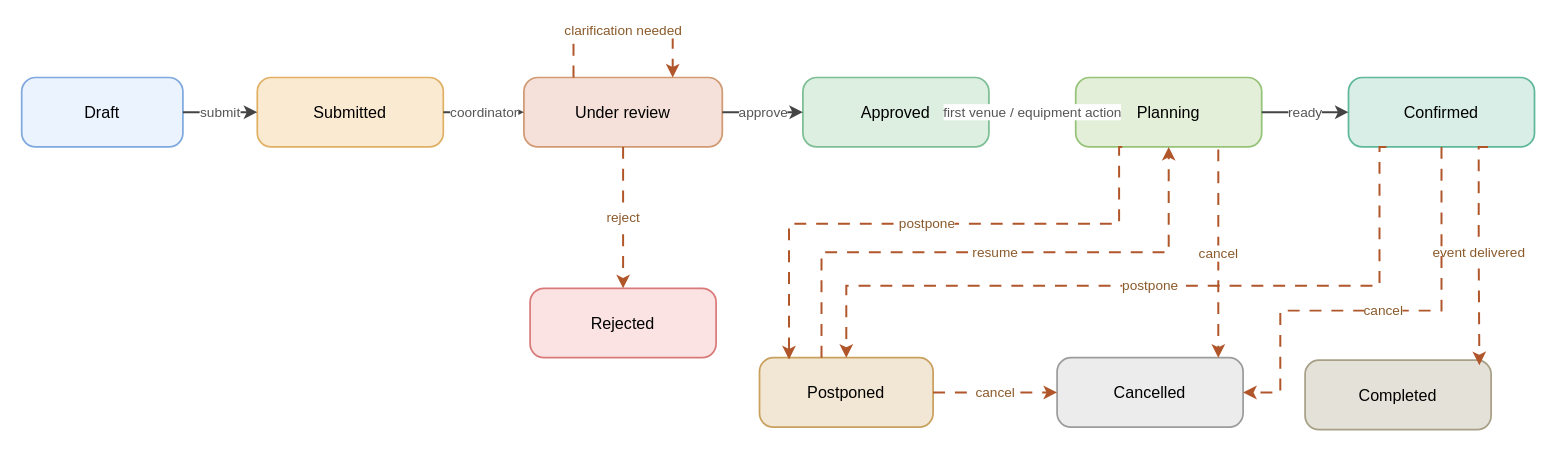
The draw.io diagram docs/ConnectSphere_Status_Lifecycle.drawio in kchoongg/IS212, before the edit. Source tidied: cells renumbered, new cells numbered last; positions are measured from the earlier drawing's top-left corner, leaving out a move shared by most shapes. Both pictures are drawn from the tidied source at 124%, with x=0, y=0 at pixel (21, 30).
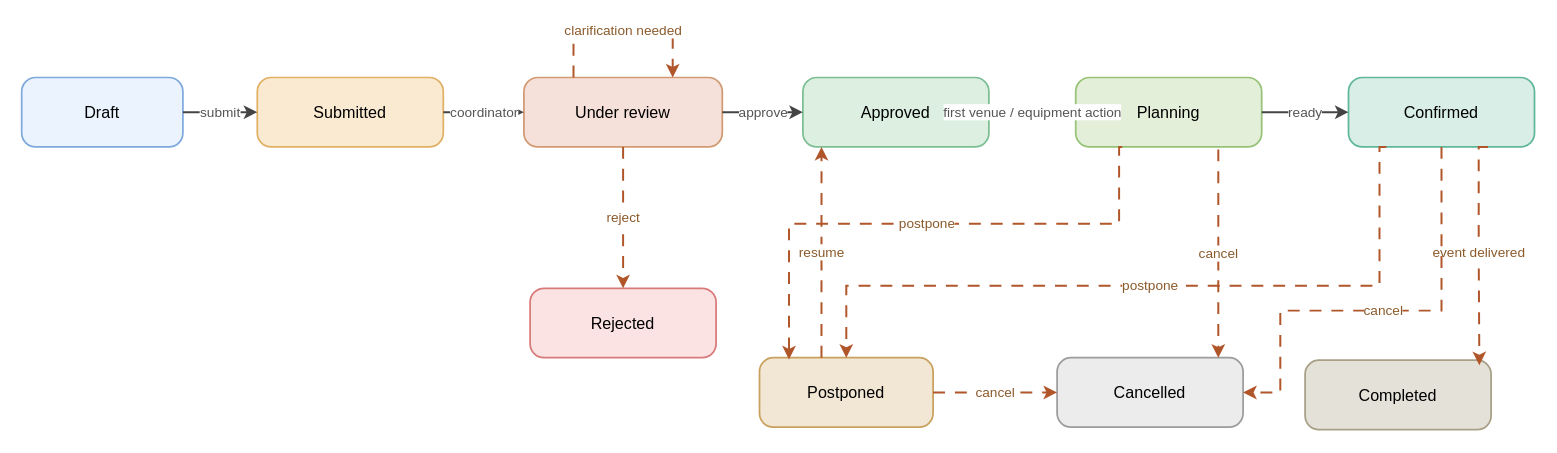
The same diagram, later.

Unchanged cells that the change refers to:
```xml
<mxCell id="6" value="Approved" style="rounded=1;arcSize=20;whiteSpace=wrap;html=1;fontSize=13;strokeWidth=1.4;fillColor=#DCEFE1;strokeColor=#7DBE94;" parent="1" vertex="1">
  <mxGeometry x="630" y="38" width="150" height="56" as="geometry" />
</mxCell>
<mxCell id="7" value="Planning" style="rounded=1;arcSize=20;whiteSpace=wrap;html=1;fontSize=13;strokeWidth=1.4;fillColor=#E3EFD9;strokeColor=#96C378;" parent="1" vertex="1">
  <mxGeometry x="850" y="38" width="150" height="56" as="geometry" />
</mxCell>
<mxCell id="11" value="Postponed" style="rounded=1;arcSize=20;whiteSpace=wrap;html=1;fontSize=13;strokeWidth=1.4;fillColor=#F2E7D5;strokeColor=#C9A15E;" parent="1" vertex="1">
  <mxGeometry x="595" y="264" width="140" height="56" as="geometry" />
</mxCell>
```

What changed in the source:
```diff
@@
-    <mxCell id="24" value="resume" style="edgeStyle=orthogonalEdgeStyle;rounded=0;html=1;strokeColor=#B0562A;strokeWidth=1.6;dashed=1;dashPattern=6 5;fontSize=11;fontColor=#8B5A2B;jettySize=auto;entryX=0.5;entryY=1;entryDx=0;entryDy=0;" parent="1" edge="1" source="11" target="7">
-      <mxGeometry relative="1" as="geometry">
-        <Array as="points">
-          <mxPoint x="645" y="179" />
-          <mxPoint x="925" y="179" />
-        </Array>
-      </mxGeometry>
+    <mxCell id="24" value="resume" style="edgeStyle=orthogonalEdgeStyle;rounded=0;html=1;strokeColor=#B0562A;strokeWidth=1.6;dashed=1;dashPattern=6 5;fontSize=11;fontColor=#8B5A2B;jettySize=auto;exitX=0.357;exitY=0;exitDx=0;exitDy=0;entryX=0.1;entryY=1;entryDx=0;entryDy=0;" parent="1" edge="1" source="11" target="6">
+      <mxGeometry relative="1" as="geometry" />
     </mxCell>
```
